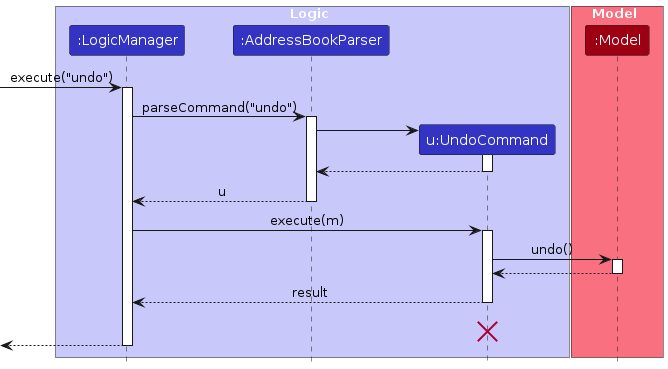
Earlier version of the PlantUML export diagrams/UndoSequenceDiagram-Logic.png (AY2324S2-CS2103T-W12-3/tp). Its source is kept beside it as diagrams/UndoSequenceDiagram-Logic.puml.
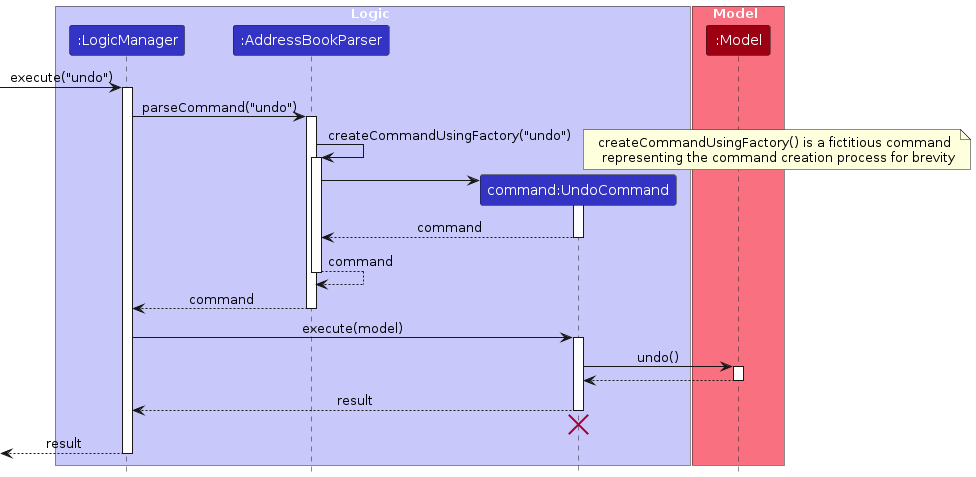
After the change.

Change to the diagram source:
```diff
@@ -5,7 +5,7 @@
 box Logic LOGIC_COLOR_T1
 participant ":LogicManager" as LogicManager LOGIC_COLOR
 participant ":AddressBookParser" as AddressBookParser LOGIC_COLOR
-participant "u:UndoCommand" as UndoCommand LOGIC_COLOR
+participant "command:UndoCommand" as UndoCommand LOGIC_COLOR
 end box
 
 box Model MODEL_COLOR_T1
@@ -17,17 +17,24 @@
 LogicManager -> AddressBookParser : parseCommand("undo")
 activate AddressBookParser
 
+AddressBookParser -> AddressBookParser : createCommandUsingFactory("undo")
+note right: createCommandUsingFactory() is a fictitious command \n representing the command creation process for brevity
+activate AddressBookParser
+
 create UndoCommand
 AddressBookParser -> UndoCommand
 activate UndoCommand
 
-UndoCommand --> AddressBookParser
+UndoCommand --> AddressBookParser : command
 deactivate UndoCommand
 
-AddressBookParser --> LogicManager : u
+AddressBookParser --> AddressBookParser : command
 deactivate AddressBookParser
 
-LogicManager -> UndoCommand : execute(m)
+AddressBookParser --> LogicManager : command
+deactivate AddressBookParser
+
+LogicManager -> UndoCommand : execute(model)
 activate UndoCommand
 
 UndoCommand -> Model : undo()
@@ -38,9 +45,9 @@
 
 UndoCommand --> LogicManager : result
 deactivate UndoCommand
-UndoCommand -[hidden]-> LogicManager : result
+UndoCommand -[hidden]-> LogicManager
 destroy UndoCommand
 
-[<--LogicManager
+[<--LogicManager : result
 deactivate LogicManager
 @enduml
```
